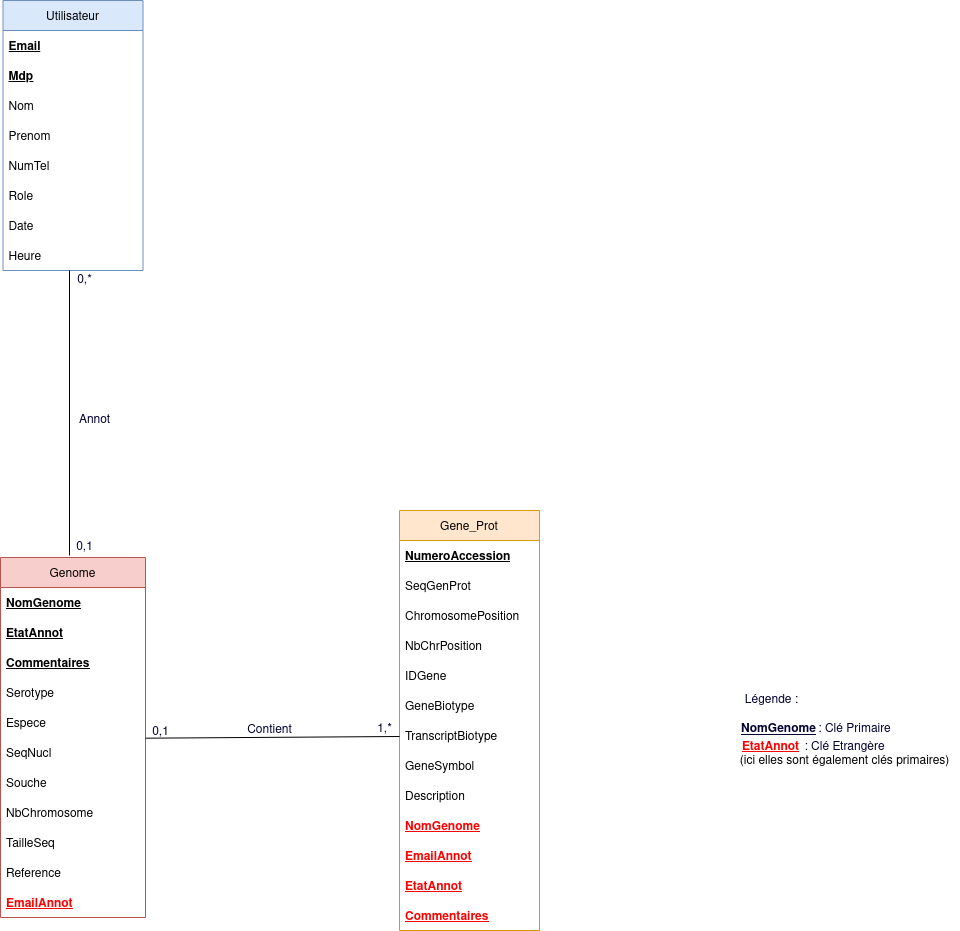
This is Base de données/UML_GeneDB.png from Ilhem36/Web-Project-AM2IB, a draw.io export, as it was before one commit. Source tidied: cells renumbered, new cells last; positions are measured from the earlier drawing's top-left corner, leaving out a move shared by most shapes.
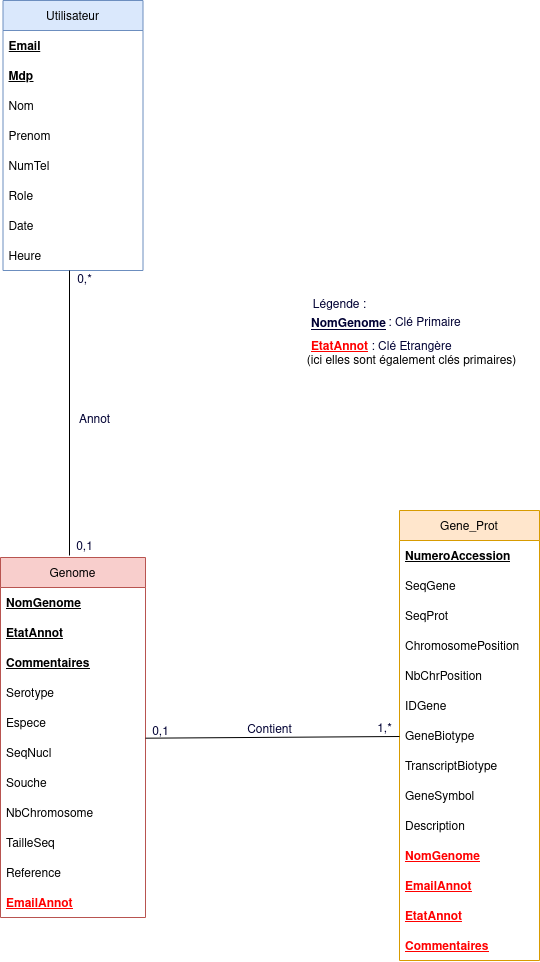
After the commit.

The edit, as a diff of the source:
```diff
@@ -39,46 +39,49 @@
       <mxGeometry y="330" width="145" height="30" as="geometry" />
     </mxCell>
     <mxCell id="14" value="Gene_Prot" style="swimlane;fontStyle=0;horizontal=1;startSize=30;fillColor=#ffe6cc;strokeColor=#d79b00;" parent="1" vertex="1">
-      <mxGeometry x="399" y="510" width="140" height="420" as="geometry" />
+      <mxGeometry x="399" y="510" width="140" height="450" as="geometry" />
     </mxCell>
     <mxCell id="15" value="NumeroAccession" style="text;strokeColor=none;fillColor=none;align=left;verticalAlign=middle;spacingLeft=4;spacingRight=4;overflow=hidden;fontStyle=5;" parent="14" vertex="1">
       <mxGeometry y="30" width="140" height="30" as="geometry" />
     </mxCell>
-    <mxCell id="16" value="SeqGenProt" style="text;strokeColor=none;fillColor=none;align=left;verticalAlign=middle;spacingLeft=4;spacingRight=4;overflow=hidden;" parent="14" vertex="1">
+    <mxCell id="16" value="SeqGene" style="text;strokeColor=none;fillColor=none;align=left;verticalAlign=middle;spacingLeft=4;spacingRight=4;overflow=hidden;" parent="14" vertex="1">
       <mxGeometry y="60" width="140" height="30" as="geometry" />
     </mxCell>
+    <mxCell id="50" value="SeqProt" style="text;strokeColor=none;fillColor=none;align=left;verticalAlign=middle;spacingLeft=4;spacingRight=4;overflow=hidden;" parent="14" vertex="1">
+      <mxGeometry y="90" width="140" height="30" as="geometry" />
+    </mxCell>
     <mxCell id="17" value="ChromosomePosition" style="text;strokeColor=none;fillColor=none;align=left;verticalAlign=middle;spacingLeft=4;spacingRight=4;overflow=hidden;" parent="14" vertex="1">
-      <mxGeometry y="90" width="140" height="30" as="geometry" />
+      <mxGeometry y="120" width="140" height="30" as="geometry" />
     </mxCell>
     <mxCell id="18" value="NbChrPosition" style="text;strokeColor=none;fillColor=none;align=left;verticalAlign=middle;spacingLeft=4;spacingRight=4;overflow=hidden;" parent="14" vertex="1">
-      <mxGeometry y="120" width="140" height="30" as="geometry" />
+      <mxGeometry y="150" width="140" height="30" as="geometry" />
     </mxCell>
     <mxCell id="19" value="IDGene" style="text;strokeColor=none;fillColor=none;align=left;verticalAlign=middle;spacingLeft=4;spacingRight=4;overflow=hidden;" parent="14" vertex="1">
-      <mxGeometry y="150" width="140" height="30" as="geometry" />
+      <mxGeometry y="180" width="140" height="30" as="geometry" />
     </mxCell>
     <mxCell id="20" value="GeneBiotype" style="text;strokeColor=none;fillColor=none;align=left;verticalAlign=middle;spacingLeft=4;spacingRight=4;overflow=hidden;" parent="14" vertex="1">
-      <mxGeometry y="180" width="140" height="30" as="geometry" />
+      <mxGeometry y="210" width="140" height="30" as="geometry" />
     </mxCell>
     <mxCell id="21" value="TranscriptBiotype" style="text;strokeColor=none;fillColor=none;align=left;verticalAlign=middle;spacingLeft=4;spacingRight=4;overflow=hidden;" parent="14" vertex="1">
-      <mxGeometry y="210" width="140" height="30" as="geometry" />
+      <mxGeometry y="240" width="140" height="30" as="geometry" />
     </mxCell>
     <mxCell id="22" value="GeneSymbol" style="text;strokeColor=none;fillColor=none;align=left;verticalAlign=middle;spacingLeft=4;spacingRight=4;overflow=hidden;" parent="14" vertex="1">
-      <mxGeometry y="240" width="140" height="30" as="geometry" />
+      <mxGeometry y="270" width="140" height="30" as="geometry" />
     </mxCell>
     <mxCell id="23" value="Description" style="text;strokeColor=none;fillColor=none;align=left;verticalAlign=middle;spacingLeft=4;spacingRight=4;overflow=hidden;" parent="14" vertex="1">
-      <mxGeometry y="270" width="140" height="30" as="geometry" />
+      <mxGeometry y="300" width="140" height="30" as="geometry" />
     </mxCell>
     <mxCell id="24" value="NomGenome" style="text;strokeColor=none;fillColor=none;align=left;verticalAlign=middle;spacingLeft=4;spacingRight=4;overflow=hidden;fontColor=#FF0000;fontStyle=5;" parent="14" vertex="1">
-      <mxGeometry y="300" width="140" height="30" as="geometry" />
+      <mxGeometry y="330" width="140" height="30" as="geometry" />
     </mxCell>
     <mxCell id="25" value="EmailAnnot" style="text;strokeColor=none;fillColor=none;align=left;verticalAlign=middle;spacingLeft=4;spacingRight=4;overflow=hidden;fontColor=#FF0000;fontStyle=5;" parent="14" vertex="1">
-      <mxGeometry y="330" width="140" height="30" as="geometry" />
+      <mxGeometry y="360" width="140" height="30" as="geometry" />
     </mxCell>
     <mxCell id="26" value="EtatAnnot" style="text;strokeColor=none;fillColor=none;align=left;verticalAlign=middle;spacingLeft=4;spacingRight=4;overflow=hidden;fontColor=#FF0000;fontStyle=5;" parent="14" vertex="1">
-      <mxGeometry y="360" width="140" height="30" as="geometry" />
+      <mxGeometry y="390" width="140" height="30" as="geometry" />
     </mxCell>
     <mxCell id="27" value="Commentaires" style="text;strokeColor=none;fillColor=none;align=left;verticalAlign=middle;spacingLeft=4;spacingRight=4;overflow=hidden;fontColor=#FF0000;fontStyle=5;" parent="14" vertex="1">
-      <mxGeometry y="390" width="140" height="30" as="geometry" />
+      <mxGeometry y="420" width="140" height="30" as="geometry" />
     </mxCell>
     <mxCell id="28" value="Utilisateur" style="swimlane;fontStyle=0;horizontal=1;startSize=30;fillColor=#dae8fc;strokeColor=#6c8ebf;" parent="1" vertex="1">
       <mxGeometry x="2.5" width="140" height="270" as="geometry" />
@@ -132,19 +135,19 @@
       <mxGeometry x="69" y="410" width="50" height="20" as="geometry" />
     </mxCell>
     <mxCell id="44" value="&lt;div&gt;&lt;font color=&quot;#000033&quot;&gt;Légende : &lt;/font&gt;&lt;br&gt;&lt;/div&gt;" style="text;html=1;align=center;verticalAlign=middle;strokeColor=none;fillColor=none;fontColor=#FF0000;" parent="1" vertex="1">
-      <mxGeometry x="736" y="690" width="70" height="20" as="geometry" />
+      <mxGeometry x="304" y="295" width="70" height="20" as="geometry" />
     </mxCell>
     <mxCell id="45" value="&lt;font color=&quot;#000033&quot;&gt;&lt;u&gt;&lt;b&gt;NomGenome&lt;/b&gt;&lt;/u&gt;&lt;/font&gt;" style="text;whiteSpace=wrap;html=1;fontColor=#FF0000;" parent="1" vertex="1">
-      <mxGeometry x="739" y="715" width="100" height="30" as="geometry" />
+      <mxGeometry x="309" y="310" width="100" height="30" as="geometry" />
     </mxCell>
     <mxCell id="46" value="&lt;font color=&quot;#000033&quot;&gt;: Clé Primaire&lt;/font&gt;" style="text;html=1;align=center;verticalAlign=middle;strokeColor=none;fillColor=none;fontColor=#FF0000;" parent="1" vertex="1">
-      <mxGeometry x="809" y="719" width="90" height="20" as="geometry" />
+      <mxGeometry x="379" y="313" width="90" height="20" as="geometry" />
     </mxCell>
     <mxCell id="47" value="EtatAnnot" style="text;strokeColor=none;fillColor=none;align=left;verticalAlign=middle;spacingLeft=4;spacingRight=4;overflow=hidden;fontColor=#FF0000;fontStyle=5;" parent="1" vertex="1">
-      <mxGeometry x="736" y="730" width="140" height="30" as="geometry" />
+      <mxGeometry x="305" y="330" width="140" height="30" as="geometry" />
     </mxCell>
     <mxCell id="48" value="&lt;div&gt;&lt;font color=&quot;#000033&quot;&gt;: Clé Etrangère&lt;/font&gt; &lt;br&gt;&lt;/div&gt;&lt;div&gt;&lt;font color=&quot;#000000&quot;&gt;(ici elles sont également clés primaires)&lt;/font&gt;&lt;/div&gt;" style="text;html=1;align=center;verticalAlign=middle;strokeColor=none;fillColor=none;fontColor=#FF0000;" parent="1" vertex="1">
-      <mxGeometry x="729" y="739" width="230" height="30" as="geometry" />
+      <mxGeometry x="296" y="339" width="230" height="30" as="geometry" />
     </mxCell>
     <mxCell id="49" style="edgeStyle=none;rounded=0;orthogonalLoop=1;jettySize=auto;html=1;fontColor=#FF0000;endArrow=none;endFill=0;" parent="1" edge="1">
       <mxGeometry relative="1" as="geometry">
```
